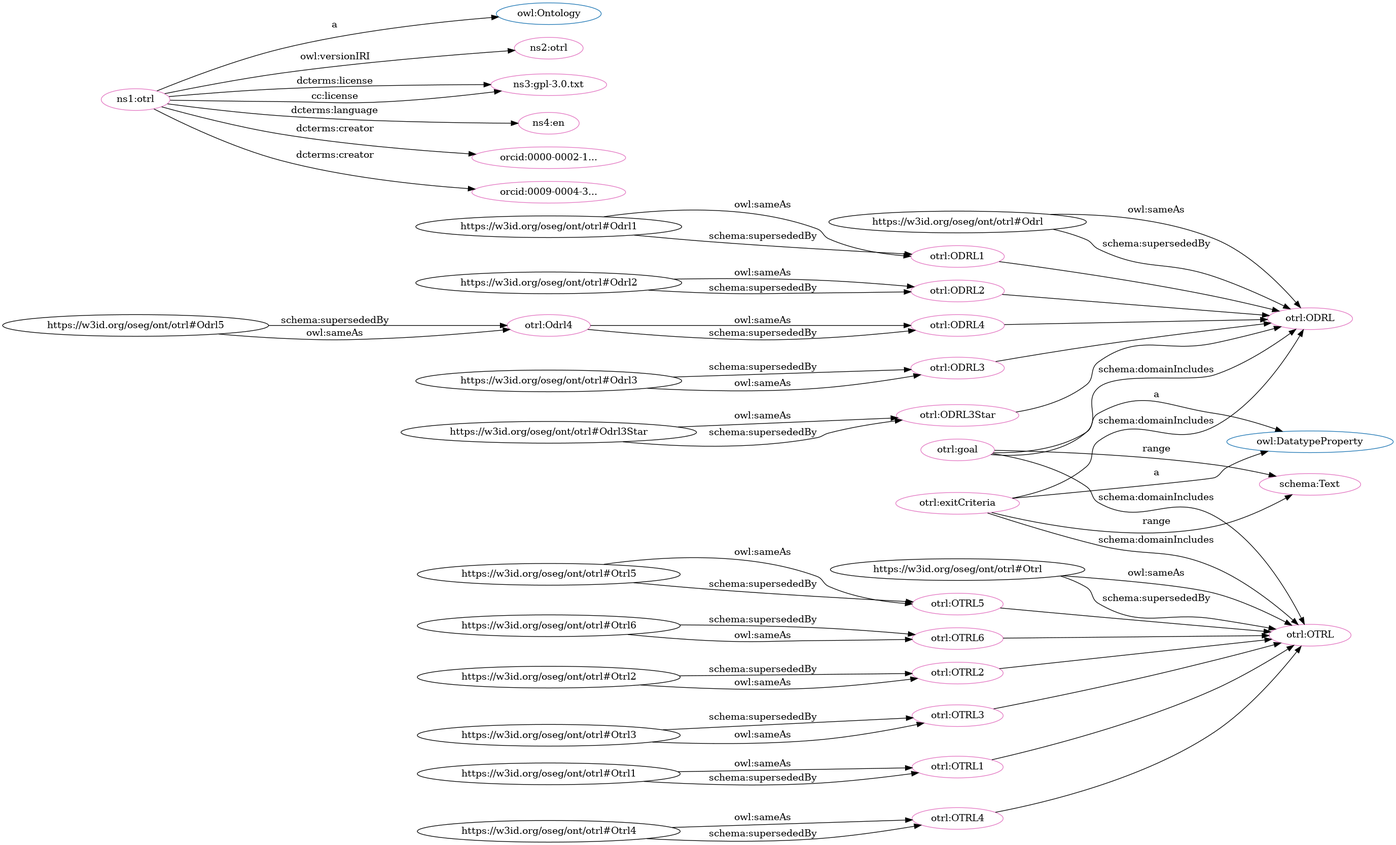
Earlier version of the Graphviz export src/spec/dot_otrl.png (iop-alliance/OpenKnowHow). Its source is kept beside it as src/spec/dot_otrl.dot.
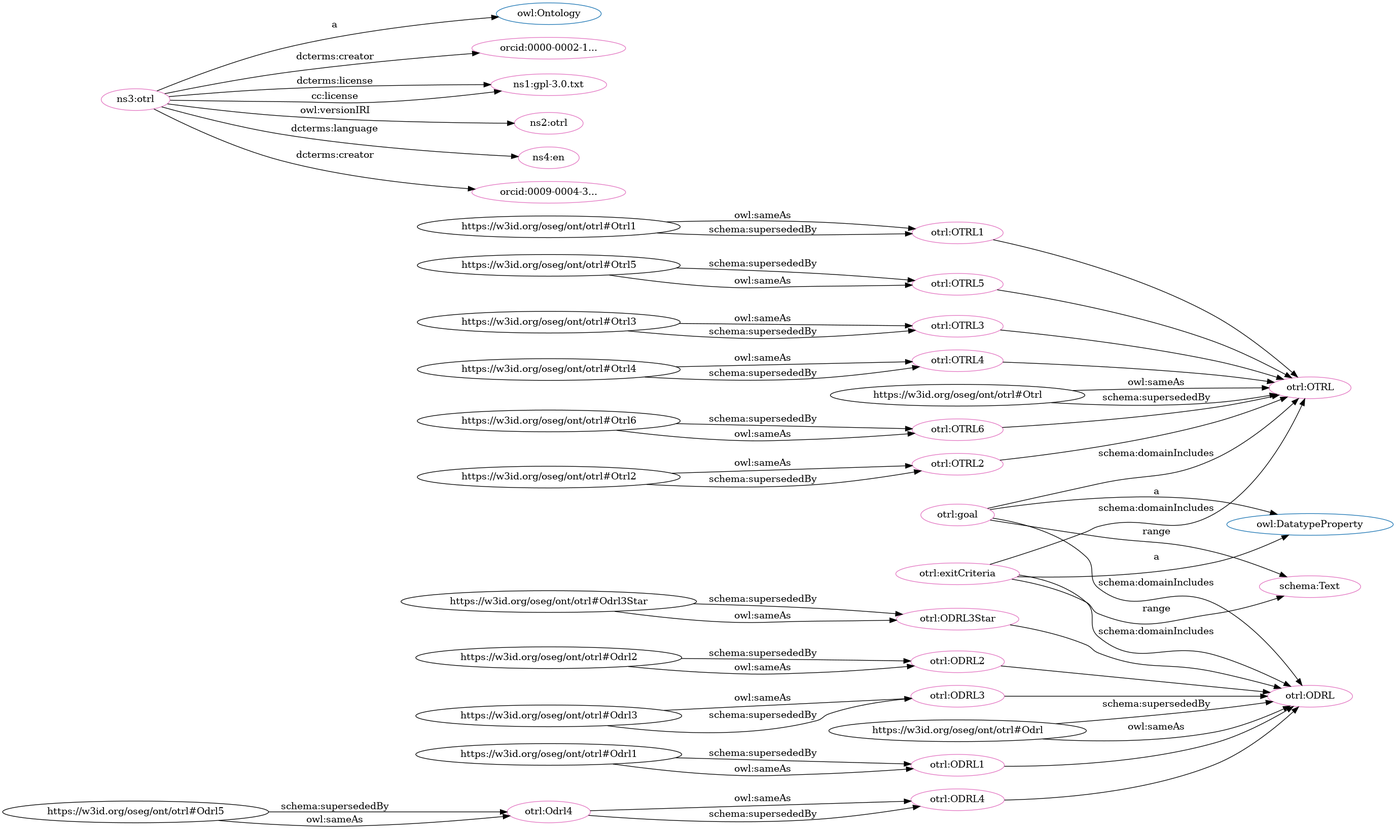
After the commit.

Diff of the diagram source:
```diff
@@ -1,96 +1,96 @@
 digraph G {
   rankdir=BT
   node[height=.3]
+"https://w3id.org/oseg/ont/otrl#OTRL" [fillcolor="#1f77b4" color="#1f77b4" label="otrl:OTRL"]
+"https://w3id.org/oseg/ont/otrl#ODRL3Star" [fillcolor="#1f77b4" color="#1f77b4" label="otrl:ODRL3Star"]
+"http://www.w3.org/2002/07/owl#Ontology" [fillcolor="#1f77b4" color="#1f77b4" label="owl:Ontology"]
+"https://w3id.org/oseg/ont/otrl#OTRL3" [fillcolor="#1f77b4" color="#1f77b4" label="otrl:OTRL3"]
+"https://w3id.org/oseg/ont/otrl#OTRL4" [fillcolor="#1f77b4" color="#1f77b4" label="otrl:OTRL4"]
+"https://w3id.org/oseg/ont/otrl#ODRL2" [fillcolor="#1f77b4" color="#1f77b4" label="otrl:ODRL2"]
+"https://w3id.org/oseg/ont/otrl#OTRL6" [fillcolor="#1f77b4" color="#1f77b4" label="otrl:OTRL6"]
+"https://w3id.org/oseg/ont/otrl#ODRL3" [fillcolor="#1f77b4" color="#1f77b4" label="otrl:ODRL3"]
+"https://w3id.org/oseg/ont/otrl#OTRL2" [fillcolor="#1f77b4" color="#1f77b4" label="otrl:OTRL2"]
 "https://w3id.org/oseg/ont/otrl#ODRL1" [fillcolor="#1f77b4" color="#1f77b4" label="otrl:ODRL1"]
 "https://w3id.org/oseg/ont/otrl#OTRL1" [fillcolor="#1f77b4" color="#1f77b4" label="otrl:OTRL1"]
-"https://w3id.org/oseg/ont/otrl#OTRL" [fillcolor="#1f77b4" color="#1f77b4" label="otrl:OTRL"]
+"https://w3id.org/oseg/ont/otrl#ODRL4" [fillcolor="#1f77b4" color="#1f77b4" label="otrl:ODRL4"]
+"http://www.w3.org/2002/07/owl#DatatypeProperty" [fillcolor="#1f77b4" color="#1f77b4" label="owl:DatatypeProperty"]
+"https://w3id.org/oseg/ont/otrl#ODRL" [fillcolor="#1f77b4" color="#1f77b4" label="otrl:ODRL"]
 "https://w3id.org/oseg/ont/otrl#OTRL5" [fillcolor="#1f77b4" color="#1f77b4" label="otrl:OTRL5"]
-"https://w3id.org/oseg/ont/otrl#ODRL" [fillcolor="#1f77b4" color="#1f77b4" label="otrl:ODRL"]
-"https://w3id.org/oseg/ont/otrl#OTRL6" [fillcolor="#1f77b4" color="#1f77b4" label="otrl:OTRL6"]
-"http://www.w3.org/2002/07/owl#Ontology" [fillcolor="#1f77b4" color="#1f77b4" label="owl:Ontology"]
-"https://w3id.org/oseg/ont/otrl#OTRL2" [fillcolor="#1f77b4" color="#1f77b4" label="otrl:OTRL2"]
-"https://w3id.org/oseg/ont/otrl#ODRL2" [fillcolor="#1f77b4" color="#1f77b4" label="otrl:ODRL2"]
-"https://w3id.org/oseg/ont/otrl#ODRL4" [fillcolor="#1f77b4" color="#1f77b4" label="otrl:ODRL4"]
-"https://w3id.org/oseg/ont/otrl#ODRL3" [fillcolor="#1f77b4" color="#1f77b4" label="otrl:ODRL3"]
-"https://w3id.org/oseg/ont/otrl#ODRL3Star" [fillcolor="#1f77b4" color="#1f77b4" label="otrl:ODRL3Star"]
-"https://w3id.org/oseg/ont/otrl#OTRL3" [fillcolor="#1f77b4" color="#1f77b4" label="otrl:OTRL3"]
-"https://w3id.org/oseg/ont/otrl#OTRL4" [fillcolor="#1f77b4" color="#1f77b4" label="otrl:OTRL4"]
-"http://www.w3.org/2002/07/owl#DatatypeProperty" [fillcolor="#1f77b4" color="#1f77b4" label="owl:DatatypeProperty"]
+"https://w3id.org/oseg/ont/otrl#OTRL" [fillcolor="#e377c2" color="#e377c2" label="otrl:OTRL"]
+"https://w3id.org/oseg/ont/otrl#OTRL6" [fillcolor="#e377c2" color="#e377c2" label="otrl:OTRL6"]
+"https://w3id.org/oseg/ont/otrl#ODRL" [fillcolor="#e377c2" color="#e377c2" label="otrl:ODRL"]
 "https://w3id.org/oseg/ont/otrl#OTRL1" [fillcolor="#e377c2" color="#e377c2" label="otrl:OTRL1"]
-"https://w3id.org/oseg/ont/otrl#ODRL" [fillcolor="#e377c2" color="#e377c2" label="otrl:ODRL"]
-"https://w3id.org/oseg/ont/otrl#OTRL" [fillcolor="#e377c2" color="#e377c2" label="otrl:OTRL"]
-"https://w3id.org/oseg/ont/otrl" [fillcolor="#e377c2" color="#e377c2" label="ns1:otrl"]
+"https://w3id.org/oseg/ont/otrl#goal" [fillcolor="#e377c2" color="#e377c2" label="otrl:goal"]
+"https://orcid.org/0000-0002-1611-7129" [fillcolor="#e377c2" color="#e377c2" label="orcid:0000-0002-1..."]
+"https://w3id.org/oseg/ont/otrl#ODRL4" [fillcolor="#e377c2" color="#e377c2" label="otrl:ODRL4"]
+"https://www.gnu.org/licenses/gpl-3.0.txt" [fillcolor="#e377c2" color="#e377c2" label="ns1:gpl-3.0.txt"]
+"http://schema.org/Text" [fillcolor="#e377c2" color="#e377c2" label="schema:Text"]
+"https://w3id.org/oseg/ont/otrl#OTRL3" [fillcolor="#e377c2" color="#e377c2" label="otrl:OTRL3"]
+"https://w3id.org/oseg/ont/otrl#ODRL3Star" [fillcolor="#e377c2" color="#e377c2" label="otrl:ODRL3Star"]
+"https://w3id.org/oseg/ont/otrl#exitCriteria" [fillcolor="#e377c2" color="#e377c2" label="otrl:exitCriteria"]
+"https://w3id.org/oseg/ont/1.1.0/otrl" [fillcolor="#e377c2" color="#e377c2" label="ns2:otrl"]
+"https://w3id.org/oseg/ont/otrl#OTRL2" [fillcolor="#e377c2" color="#e377c2" label="otrl:OTRL2"]
+"https://w3id.org/oseg/ont/otrl#ODRL2" [fillcolor="#e377c2" color="#e377c2" label="otrl:ODRL2"]
+"https://w3id.org/oseg/ont/otrl#ODRL1" [fillcolor="#e377c2" color="#e377c2" label="otrl:ODRL1"]
+"https://w3id.org/oseg/ont/otrl#ODRL3" [fillcolor="#e377c2" color="#e377c2" label="otrl:ODRL3"]
 "https://w3id.org/oseg/ont/otrl#Odrl4" [fillcolor="#e377c2" color="#e377c2" label="otrl:Odrl4"]
-"https://w3id.org/oseg/ont/otrl#ODRL3Star" [fillcolor="#e377c2" color="#e377c2" label="otrl:ODRL3Star"]
-"https://w3id.org/oseg/ont/otrl#OTRL6" [fillcolor="#e377c2" color="#e377c2" label="otrl:OTRL6"]
-"https://w3id.org/oseg/ont/1.1.0/otrl" [fillcolor="#e377c2" color="#e377c2" label="ns2:otrl"]
 "https://w3id.org/oseg/ont/otrl#OTRL5" [fillcolor="#e377c2" color="#e377c2" label="otrl:OTRL5"]
-"http://schema.org/Text" [fillcolor="#e377c2" color="#e377c2" label="schema:Text"]
+"https://w3id.org/oseg/ont/otrl" [fillcolor="#e377c2" color="#e377c2" label="ns3:otrl"]
+"http://id.loc.gov/vocabulary/iso639-1/en" [fillcolor="#e377c2" color="#e377c2" label="ns4:en"]
+"https://orcid.org/0009-0004-3559-6542" [fillcolor="#e377c2" color="#e377c2" label="orcid:0009-0004-3..."]
 "https://w3id.org/oseg/ont/otrl#OTRL4" [fillcolor="#e377c2" color="#e377c2" label="otrl:OTRL4"]
-"https://w3id.org/oseg/ont/otrl#ODRL4" [fillcolor="#e377c2" color="#e377c2" label="otrl:ODRL4"]
-"https://w3id.org/oseg/ont/otrl#ODRL2" [fillcolor="#e377c2" color="#e377c2" label="otrl:ODRL2"]
-"https://w3id.org/oseg/ont/otrl#OTRL2" [fillcolor="#e377c2" color="#e377c2" label="otrl:OTRL2"]
-"https://w3id.org/oseg/ont/otrl#ODRL1" [fillcolor="#e377c2" color="#e377c2" label="otrl:ODRL1"]
-"https://w3id.org/oseg/ont/otrl#goal" [fillcolor="#e377c2" color="#e377c2" label="otrl:goal"]
-"https://w3id.org/oseg/ont/otrl#OTRL3" [fillcolor="#e377c2" color="#e377c2" label="otrl:OTRL3"]
-"https://www.gnu.org/licenses/gpl-3.0.txt" [fillcolor="#e377c2" color="#e377c2" label="ns3:gpl-3.0.txt"]
-"https://w3id.org/oseg/ont/otrl#ODRL3" [fillcolor="#e377c2" color="#e377c2" label="otrl:ODRL3"]
-"https://w3id.org/oseg/ont/otrl#exitCriteria" [fillcolor="#e377c2" color="#e377c2" label="otrl:exitCriteria"]
-"http://id.loc.gov/vocabulary/iso639-1/en" [fillcolor="#e377c2" color="#e377c2" label="ns4:en"]
-"https://orcid.org/0000-0002-1611-7129" [fillcolor="#e377c2" color="#e377c2" label="orcid:0000-0002-1..."]
-"https://orcid.org/0009-0004-3559-6542" [fillcolor="#e377c2" color="#e377c2" label="orcid:0009-0004-3..."]
+  "https://w3id.org/oseg/ont/otrl#OTRL4" -> "https://w3id.org/oseg/ont/otrl#OTRL" [label=""]
+  "https://w3id.org/oseg/ont/otrl#Otrl6" -> "https://w3id.org/oseg/ont/otrl#OTRL6" [label="schema:supersededBy"]
+  "https://w3id.org/oseg/ont/otrl#Odrl" -> "https://w3id.org/oseg/ont/otrl#ODRL" [label="schema:supersededBy"]
   "https://w3id.org/oseg/ont/otrl#Otrl1" -> "https://w3id.org/oseg/ont/otrl#OTRL1" [label="owl:sameAs"]
-  "https://w3id.org/oseg/ont/otrl#exitCriteria" -> "https://w3id.org/oseg/ont/otrl#ODRL" [label="schema:domainIncludes"]
-  "https://w3id.org/oseg/ont/otrl#Otrl" -> "https://w3id.org/oseg/ont/otrl#OTRL" [label="schema:supersededBy"]
-  "https://w3id.org/oseg/ont/otrl" -> "http://www.w3.org/2002/07/owl#Ontology" [label="a"]
-  "https://w3id.org/oseg/ont/otrl#Odrl5" -> "https://w3id.org/oseg/ont/otrl#Odrl4" [label="schema:supersededBy"]
-  "https://w3id.org/oseg/ont/otrl#ODRL3" -> "https://w3id.org/oseg/ont/otrl#ODRL" [label=""]
-  "https://w3id.org/oseg/ont/otrl#Odrl3Star" -> "https://w3id.org/oseg/ont/otrl#ODRL3Star" [label="owl:sameAs"]
-  "https://w3id.org/oseg/ont/otrl#Odrl" -> "https://w3id.org/oseg/ont/otrl#ODRL" [label="schema:supersededBy"]
-  "https://w3id.org/oseg/ont/otrl#ODRL4" -> "https://w3id.org/oseg/ont/otrl#ODRL" [label=""]
-  "https://w3id.org/oseg/ont/otrl#Otrl6" -> "https://w3id.org/oseg/ont/otrl#OTRL6" [label="schema:supersededBy"]
-  "https://w3id.org/oseg/ont/otrl#Otrl5" -> "https://w3id.org/oseg/ont/otrl#OTRL5" [label="owl:sameAs"]
-  "https://w3id.org/oseg/ont/otrl#ODRL3Star" -> "https://w3id.org/oseg/ont/otrl#ODRL" [label=""]
-  "https://w3id.org/oseg/ont/otrl" -> "https://w3id.org/oseg/ont/1.1.0/otrl" [label="owl:versionIRI"]
-  "https://w3id.org/oseg/ont/otrl#exitCriteria" -> "http://schema.org/Text" [label="range"]
-  "https://w3id.org/oseg/ont/otrl#Otrl4" -> "https://w3id.org/oseg/ont/otrl#OTRL4" [label="owl:sameAs"]
-  "https://w3id.org/oseg/ont/otrl#OTRL4" -> "https://w3id.org/oseg/ont/otrl#OTRL" [label=""]
+  "https://w3id.org/oseg/ont/otrl#goal" -> "http://www.w3.org/2002/07/owl#DatatypeProperty" [label="a"]
+  "https://w3id.org/oseg/ont/otrl" -> "https://orcid.org/0000-0002-1611-7129" [label="dcterms:creator"]
   "https://w3id.org/oseg/ont/otrl#Odrl4" -> "https://w3id.org/oseg/ont/otrl#ODRL4" [label="owl:sameAs"]
-  "https://w3id.org/oseg/ont/otrl#Odrl2" -> "https://w3id.org/oseg/ont/otrl#ODRL2" [label="owl:sameAs"]
-  "https://w3id.org/oseg/ont/otrl#Otrl2" -> "https://w3id.org/oseg/ont/otrl#OTRL2" [label="schema:supersededBy"]
-  "https://w3id.org/oseg/ont/otrl#Otrl1" -> "https://w3id.org/oseg/ont/otrl#OTRL1" [label="schema:supersededBy"]
-  "https://w3id.org/oseg/ont/otrl#Odrl1" -> "https://w3id.org/oseg/ont/otrl#ODRL1" [label="owl:sameAs"]
-  "https://w3id.org/oseg/ont/otrl#OTRL2" -> "https://w3id.org/oseg/ont/otrl#OTRL" [label=""]
-  "https://w3id.org/oseg/ont/otrl#goal" -> "http://www.w3.org/2002/07/owl#DatatypeProperty" [label="a"]
-  "https://w3id.org/oseg/ont/otrl#Otrl3" -> "https://w3id.org/oseg/ont/otrl#OTRL3" [label="schema:supersededBy"]
-  "https://w3id.org/oseg/ont/otrl#OTRL3" -> "https://w3id.org/oseg/ont/otrl#OTRL" [label=""]
-  "https://w3id.org/oseg/ont/otrl#goal" -> "https://w3id.org/oseg/ont/otrl#OTRL" [label="schema:domainIncludes"]
-  "https://w3id.org/oseg/ont/otrl#Odrl" -> "https://w3id.org/oseg/ont/otrl#ODRL" [label="owl:sameAs"]
-  "https://w3id.org/oseg/ont/otrl#ODRL1" -> "https://w3id.org/oseg/ont/otrl#ODRL" [label=""]
-  "https://w3id.org/oseg/ont/otrl#OTRL1" -> "https://w3id.org/oseg/ont/otrl#OTRL" [label=""]
   "https://w3id.org/oseg/ont/otrl" -> "https://www.gnu.org/licenses/gpl-3.0.txt" [label="dcterms:license"]
   "https://w3id.org/oseg/ont/otrl#goal" -> "https://w3id.org/oseg/ont/otrl#ODRL" [label="schema:domainIncludes"]
+  "https://w3id.org/oseg/ont/otrl#exitCriteria" -> "http://schema.org/Text" [label="range"]
+  "https://w3id.org/oseg/ont/otrl#Otrl" -> "https://w3id.org/oseg/ont/otrl#OTRL" [label="owl:sameAs"]
+  "https://w3id.org/oseg/ont/otrl#Otrl3" -> "https://w3id.org/oseg/ont/otrl#OTRL3" [label="owl:sameAs"]
+  "https://w3id.org/oseg/ont/otrl#Odrl3Star" -> "https://w3id.org/oseg/ont/otrl#ODRL3Star" [label="schema:supersededBy"]
+  "https://w3id.org/oseg/ont/otrl#exitCriteria" -> "http://www.w3.org/2002/07/owl#DatatypeProperty" [label="a"]
+  "https://w3id.org/oseg/ont/otrl" -> "https://w3id.org/oseg/ont/1.1.0/otrl" [label="owl:versionIRI"]
+  "https://w3id.org/oseg/ont/otrl#Otrl2" -> "https://w3id.org/oseg/ont/otrl#OTRL2" [label="owl:sameAs"]
+  "https://w3id.org/oseg/ont/otrl#goal" -> "https://w3id.org/oseg/ont/otrl#OTRL" [label="schema:domainIncludes"]
+  "https://w3id.org/oseg/ont/otrl#OTRL3" -> "https://w3id.org/oseg/ont/otrl#OTRL" [label=""]
+  "https://w3id.org/oseg/ont/otrl#OTRL5" -> "https://w3id.org/oseg/ont/otrl#OTRL" [label=""]
+  "https://w3id.org/oseg/ont/otrl#exitCriteria" -> "https://w3id.org/oseg/ont/otrl#ODRL" [label="schema:domainIncludes"]
+  "https://w3id.org/oseg/ont/otrl#Odrl3Star" -> "https://w3id.org/oseg/ont/otrl#ODRL3Star" [label="owl:sameAs"]
+  "https://w3id.org/oseg/ont/otrl#Odrl2" -> "https://w3id.org/oseg/ont/otrl#ODRL2" [label="schema:supersededBy"]
+  "https://w3id.org/oseg/ont/otrl#Odrl1" -> "https://w3id.org/oseg/ont/otrl#ODRL1" [label="schema:supersededBy"]
+  "https://w3id.org/oseg/ont/otrl#Odrl3" -> "https://w3id.org/oseg/ont/otrl#ODRL3" [label="owl:sameAs"]
+  "https://w3id.org/oseg/ont/otrl#Odrl5" -> "https://w3id.org/oseg/ont/otrl#Odrl4" [label="schema:supersededBy"]
+  "https://w3id.org/oseg/ont/otrl" -> "https://www.gnu.org/licenses/gpl-3.0.txt" [label="cc:license"]
+  "https://w3id.org/oseg/ont/otrl#Otrl5" -> "https://w3id.org/oseg/ont/otrl#OTRL5" [label="schema:supersededBy"]
+  "https://w3id.org/oseg/ont/otrl#ODRL4" -> "https://w3id.org/oseg/ont/otrl#ODRL" [label=""]
+  "https://w3id.org/oseg/ont/otrl#Otrl3" -> "https://w3id.org/oseg/ont/otrl#OTRL3" [label="schema:supersededBy"]
+  "https://w3id.org/oseg/ont/otrl#Otrl6" -> "https://w3id.org/oseg/ont/otrl#OTRL6" [label="owl:sameAs"]
+  "https://w3id.org/oseg/ont/otrl#Odrl" -> "https://w3id.org/oseg/ont/otrl#ODRL" [label="owl:sameAs"]
+  "https://w3id.org/oseg/ont/otrl" -> "http://www.w3.org/2002/07/owl#Ontology" [label="a"]
+  "https://w3id.org/oseg/ont/otrl#ODRL1" -> "https://w3id.org/oseg/ont/otrl#ODRL" [label=""]
+  "https://w3id.org/oseg/ont/otrl#OTRL6" -> "https://w3id.org/oseg/ont/otrl#OTRL" [label=""]
+  "https://w3id.org/oseg/ont/otrl#exitCriteria" -> "https://w3id.org/oseg/ont/otrl#OTRL" [label="schema:domainIncludes"]
+  "https://w3id.org/oseg/ont/otrl" -> "http://id.loc.gov/vocabulary/iso639-1/en" [label="dcterms:language"]
+  "https://w3id.org/oseg/ont/otrl#ODRL3Star" -> "https://w3id.org/oseg/ont/otrl#ODRL" [label=""]
+  "https://w3id.org/oseg/ont/otrl#Odrl2" -> "https://w3id.org/oseg/ont/otrl#ODRL2" [label="owl:sameAs"]
+  "https://w3id.org/oseg/ont/otrl#Otrl1" -> "https://w3id.org/oseg/ont/otrl#OTRL1" [label="schema:supersededBy"]
+  "https://w3id.org/oseg/ont/otrl#ODRL3" -> "https://w3id.org/oseg/ont/otrl#ODRL" [label=""]
+  "https://w3id.org/oseg/ont/otrl#Odrl4" -> "https://w3id.org/oseg/ont/otrl#ODRL4" [label="schema:supersededBy"]
+  "https://w3id.org/oseg/ont/otrl#Odrl3" -> "https://w3id.org/oseg/ont/otrl#ODRL3" [label="schema:supersededBy"]
+  "https://w3id.org/oseg/ont/otrl#Otrl" -> "https://w3id.org/oseg/ont/otrl#OTRL" [label="schema:supersededBy"]
+  "https://w3id.org/oseg/ont/otrl" -> "https://orcid.org/0009-0004-3559-6542" [label="dcterms:creator"]
   "https://w3id.org/oseg/ont/otrl#ODRL2" -> "https://w3id.org/oseg/ont/otrl#ODRL" [label=""]
-  "https://w3id.org/oseg/ont/otrl#Odrl3" -> "https://w3id.org/oseg/ont/otrl#ODRL3" [label="schema:supersededBy"]
-  "https://w3id.org/oseg/ont/otrl" -> "https://www.gnu.org/licenses/gpl-3.0.txt" [label="cc:license"]
-  "https://w3id.org/oseg/ont/otrl#OTRL5" -> "https://w3id.org/oseg/ont/otrl#OTRL" [label=""]
-  "https://w3id.org/oseg/ont/otrl#Otrl" -> "https://w3id.org/oseg/ont/otrl#OTRL" [label="owl:sameAs"]
-  "https://w3id.org/oseg/ont/otrl#Otrl5" -> "https://w3id.org/oseg/ont/otrl#OTRL5" [label="schema:supersededBy"]
-  "https://w3id.org/oseg/ont/otrl#OTRL6" -> "https://w3id.org/oseg/ont/otrl#OTRL" [label=""]
-  "https://w3id.org/oseg/ont/otrl#exitCriteria" -> "http://www.w3.org/2002/07/owl#DatatypeProperty" [label="a"]
+  "https://w3id.org/oseg/ont/otrl#Otrl2" -> "https://w3id.org/oseg/ont/otrl#OTRL2" [label="schema:supersededBy"]
+  "https://w3id.org/oseg/ont/otrl#Otrl4" -> "https://w3id.org/oseg/ont/otrl#OTRL4" [label="owl:sameAs"]
+  "https://w3id.org/oseg/ont/otrl#OTRL2" -> "https://w3id.org/oseg/ont/otrl#OTRL" [label=""]
+  "https://w3id.org/oseg/ont/otrl#OTRL1" -> "https://w3id.org/oseg/ont/otrl#OTRL" [label=""]
+  "https://w3id.org/oseg/ont/otrl#Odrl1" -> "https://w3id.org/oseg/ont/otrl#ODRL1" [label="owl:sameAs"]
   "https://w3id.org/oseg/ont/otrl#Odrl5" -> "https://w3id.org/oseg/ont/otrl#Odrl4" [label="owl:sameAs"]
-  "https://w3id.org/oseg/ont/otrl#Odrl2" -> "https://w3id.org/oseg/ont/otrl#ODRL2" [label="schema:supersededBy"]
-  "https://w3id.org/oseg/ont/otrl#Odrl3Star" -> "https://w3id.org/oseg/ont/otrl#ODRL3Star" [label="schema:supersededBy"]
-  "https://w3id.org/oseg/ont/otrl" -> "http://id.loc.gov/vocabulary/iso639-1/en" [label="dcterms:language"]
-  "https://w3id.org/oseg/ont/otrl" -> "https://orcid.org/0000-0002-1611-7129" [label="dcterms:creator"]
-  "https://w3id.org/oseg/ont/otrl#Odrl1" -> "https://w3id.org/oseg/ont/otrl#ODRL1" [label="schema:supersededBy"]
-  "https://w3id.org/oseg/ont/otrl#Otrl2" -> "https://w3id.org/oseg/ont/otrl#OTRL2" [label="owl:sameAs"]
+  "https://w3id.org/oseg/ont/otrl#Otrl5" -> "https://w3id.org/oseg/ont/otrl#OTRL5" [label="owl:sameAs"]
+  "https://w3id.org/oseg/ont/otrl#Otrl4" -> "https://w3id.org/oseg/ont/otrl#OTRL4" [label="schema:supersededBy"]
   "https://w3id.org/oseg/ont/otrl#goal" -> "http://schema.org/Text" [label="range"]
-  "https://w3id.org/oseg/ont/otrl#Otrl6" -> "https://w3id.org/oseg/ont/otrl#OTRL6" [label="owl:sameAs"]
-  "https://w3id.org/oseg/ont/otrl#Otrl3" -> "https://w3id.org/oseg/ont/otrl#OTRL3" [label="owl:sameAs"]
-  "https://w3id.org/oseg/ont/otrl" -> "https://orcid.org/0009-0004-3559-6542" [label="dcterms:creator"]
-  "https://w3id.org/oseg/ont/otrl#Otrl4" -> "https://w3id.org/oseg/ont/otrl#OTRL4" [label="schema:supersededBy"]
-  "https://w3id.org/oseg/ont/otrl#Odrl3" -> "https://w3id.org/oseg/ont/otrl#ODRL3" [label="owl:sameAs"]
-  "https://w3id.org/oseg/ont/otrl#Odrl4" -> "https://w3id.org/oseg/ont/otrl#ODRL4" [label="schema:supersededBy"]
-  "https://w3id.org/oseg/ont/otrl#exitCriteria" -> "https://w3id.org/oseg/ont/otrl#OTRL" [label="schema:domainIncludes"]
 }
```
